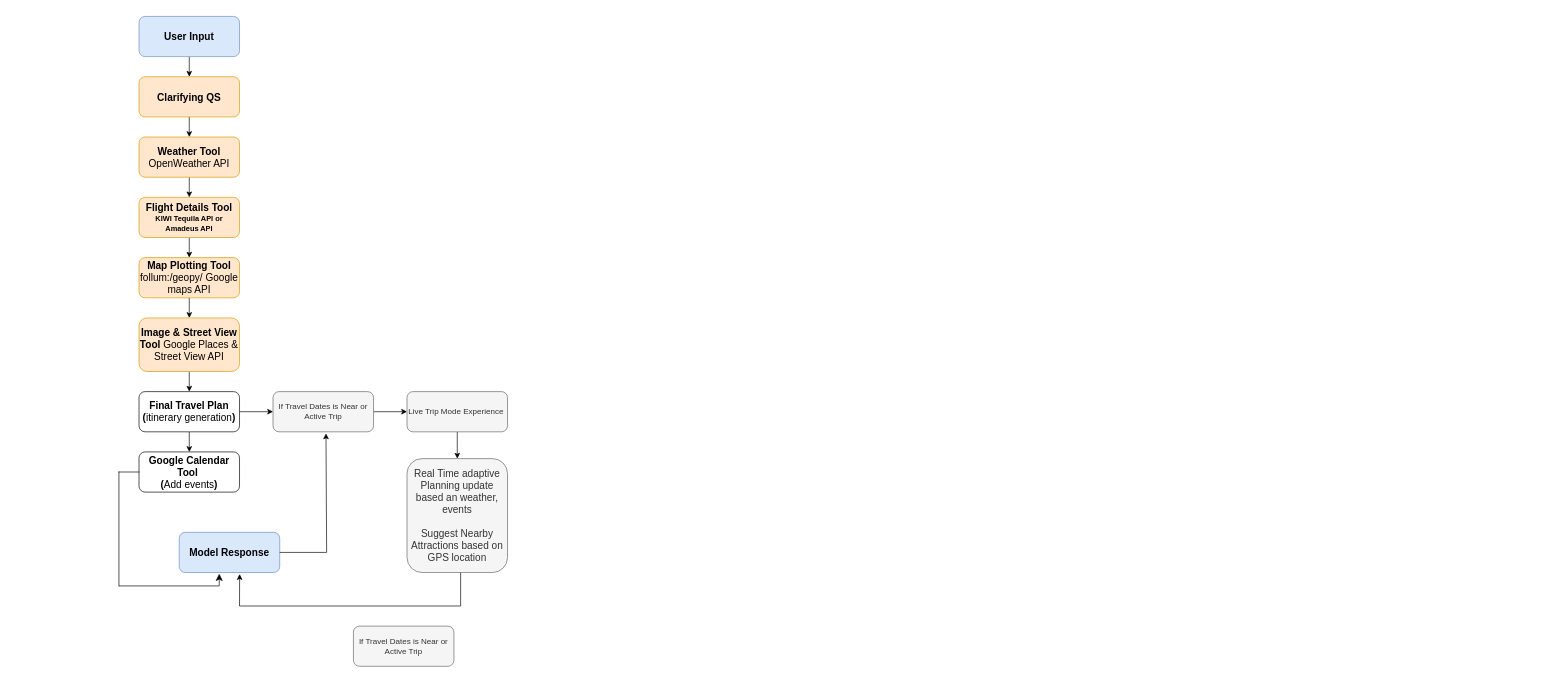
Above: pipelines/pipeline.drawio in YusuCoder/Tripy_Ai_ChatBot (draw.io), before the change. Source tidied: cells renumbered, new cells numbered last; positions are measured from the earlier drawing's top-left corner, leaving out a move shared by most shapes. Both pictures are drawn from the tidied source at 67%, with x=0, y=0 at pixel (119, 16).
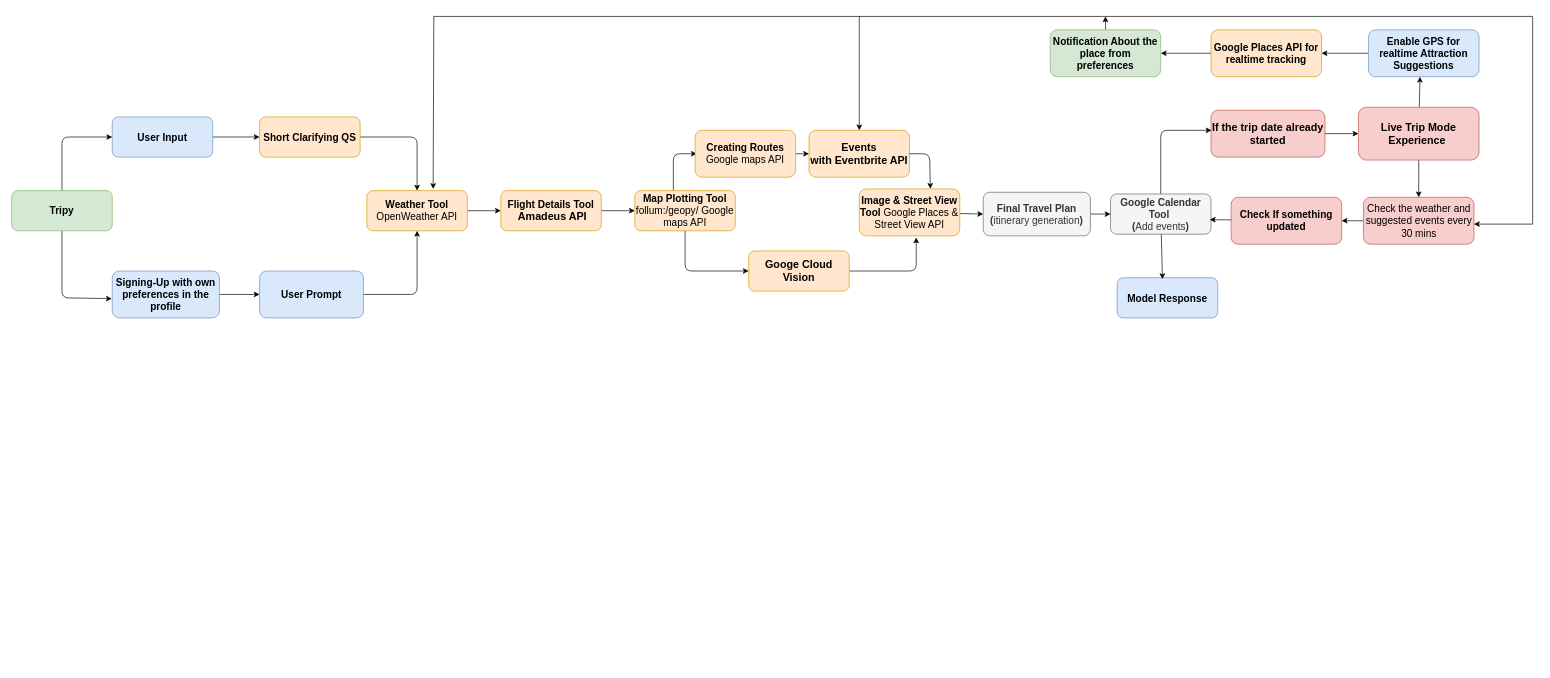
The same diagram, later.

Change to the diagram source:
```diff
@@
-    <mxCell id="2" style="edgeStyle=none;html=1;entryX=0.5;entryY=0;entryDx=0;entryDy=0;" parent="1" edge="1" source="3" target="5">
+    <mxCell id="2" style="edgeStyle=none;html=1;entryX=0;entryY=0.5;entryDx=0;entryDy=0;" parent="1" edge="1" source="3" target="5">
       <mxGeometry relative="1" as="geometry" />
     </mxCell>
     <mxCell id="3" value="&lt;font style=&quot;font-size: 15px;&quot;&gt;&lt;b style=&quot;&quot;&gt;User Input&lt;/b&gt;&lt;/font&gt;" style="rounded=1;whiteSpace=wrap;html=1;fillColor=#dae8fc;strokeColor=#6c8ebf;" parent="1" vertex="1">
-      <mxGeometry x="30" width="150" height="60" as="geometry" />
+      <mxGeometry x="-10" y="150" width="150" height="60" as="geometry" />
     </mxCell>
     <mxCell id="4" style="edgeStyle=none;html=1;entryX=0.5;entryY=0;entryDx=0;entryDy=0;" parent="1" edge="1" source="5" target="7">
-      <mxGeometry relative="1" as="geometry" />
+      <mxGeometry relative="1" as="geometry">
+        <Array as="points">
+          <mxPoint x="445" y="180" />
+        </Array>
+      </mxGeometry>
     </mxCell>
-    <mxCell id="5" value="&lt;font style=&quot;font-size: 15px;&quot;&gt;&lt;b style=&quot;&quot;&gt;Clarifying QS&lt;/b&gt;&lt;/font&gt;" style="rounded=1;whiteSpace=wrap;html=1;fillColor=#ffe6cc;strokeColor=#d79b00;" parent="1" vertex="1">
-      <mxGeometry x="30" y="90" width="150" height="60" as="geometry" />
+    <mxCell id="5" value="&lt;font style=&quot;font-size: 15px;&quot;&gt;&lt;b style=&quot;&quot;&gt;Short Clarifying QS&lt;/b&gt;&lt;/font&gt;" style="rounded=1;whiteSpace=wrap;html=1;fillColor=#ffe6cc;strokeColor=#d79b00;" parent="1" vertex="1">
+      <mxGeometry x="210" y="150" width="150" height="60" as="geometry" />
     </mxCell>
-    <mxCell id="6" style="edgeStyle=none;html=1;entryX=0.5;entryY=0;entryDx=0;entryDy=0;" parent="1" edge="1" source="7" target="9">
+    <mxCell id="6" style="edgeStyle=none;html=1;entryX=0;entryY=0.5;entryDx=0;entryDy=0;" parent="1" edge="1" source="7" target="9">
       <mxGeometry relative="1" as="geometry" />
     </mxCell>
     <mxCell id="7" value="&lt;font style=&quot;font-size: 15px;&quot;&gt;&lt;b&gt;Weather Tool&lt;/b&gt;&lt;br&gt;OpenWeather API&lt;/font&gt;" style="rounded=1;whiteSpace=wrap;html=1;fillColor=#ffe6cc;strokeColor=#d79b00;" parent="1" vertex="1">
-      <mxGeometry x="30" y="180" width="150" height="60" as="geometry" />
+      <mxGeometry x="370" y="260" width="150" height="60" as="geometry" />
     </mxCell>
-    <mxCell id="8" style="edgeStyle=none;html=1;entryX=0.5;entryY=0;entryDx=0;entryDy=0;" parent="1" edge="1" source="9" target="11">
+    <mxCell id="8" style="edgeStyle=none;html=1;entryX=0;entryY=0.5;entryDx=0;entryDy=0;" parent="1" edge="1" source="9" target="11">
       <mxGeometry relative="1" as="geometry" />
     </mxCell>
-    <mxCell id="9" value="&lt;b style=&quot;font-size: 15px;&quot;&gt;Flight Details Tool &lt;/b&gt;&lt;b style=&quot;font-size: 11px;&quot;&gt;KIWI Tequila API or Amadeus API&lt;/b&gt;" style="rounded=1;whiteSpace=wrap;html=1;fillColor=#ffe6cc;strokeColor=#d79b00;" parent="1" vertex="1">
-      <mxGeometry x="30" y="270" width="150" height="60" as="geometry" />
+    <mxCell id="9" value="&lt;b style=&quot;font-size: 15px;&quot;&gt;Flight Details Tool &lt;/b&gt;&lt;b style=&quot;&quot;&gt;&lt;font style=&quot;font-size: 16px;&quot;&gt;&amp;nbsp;Amadeus API&lt;/font&gt;&lt;/b&gt;" style="rounded=1;whiteSpace=wrap;html=1;fillColor=#ffe6cc;strokeColor=#d79b00;" parent="1" vertex="1">
+      <mxGeometry x="570" y="260" width="150" height="60" as="geometry" />
     </mxCell>
-    <mxCell id="10" style="edgeStyle=none;html=1;entryX=0.5;entryY=0;entryDx=0;entryDy=0;" parent="1" edge="1" source="11" target="14">
-      <mxGeometry relative="1" as="geometry" />
-    </mxCell>
+    <mxCell id="32" style="edgeStyle=none;html=1;entryX=0;entryY=0.5;entryDx=0;entryDy=0;" parent="1" edge="1">
+      <mxGeometry relative="1" as="geometry">
+        <mxPoint x="827.5" y="260" as="sourcePoint" />
+        <mxPoint x="862.5" y="205" as="targetPoint" />
+        <Array as="points">
+          <mxPoint x="827.5" y="205" />
+        </Array>
+      </mxGeometry>
+    </mxCell>
+    <mxCell id="33" style="edgeStyle=none;html=1;entryX=0;entryY=0.5;entryDx=0;entryDy=0;" parent="1" edge="1" source="11" target="63">
+      <mxGeometry relative="1" as="geometry">
+        <Array as="points">
+          <mxPoint x="845" y="380" />
+        </Array>
+      </mxGeometry>
+    </mxCell>
     <mxCell id="11" value="&lt;span style=&quot;font-size: 15px;&quot;&gt;&lt;b&gt;Map Plotting Tool&lt;/b&gt;&lt;/span&gt;&lt;div&gt;&lt;span style=&quot;font-size: 15px;&quot;&gt;follum:/geopy/ Google maps API&lt;/span&gt;&lt;/div&gt;" style="rounded=1;whiteSpace=wrap;html=1;fillColor=#ffe6cc;strokeColor=#d79b00;" parent="1" vertex="1">
-      <mxGeometry x="30" y="360" width="150" height="60" as="geometry" />
+      <mxGeometry x="770" y="260" width="150" height="60" as="geometry" />
     </mxCell>
-    <mxCell id="12" style="edgeStyle=none;html=1;entryX=0.5;entryY=0;entryDx=0;entryDy=0;" parent="1" edge="1" source="14" target="16">
+    <mxCell id="12" style="edgeStyle=none;html=1;entryX=0;entryY=0.5;entryDx=0;entryDy=0;" parent="1" edge="1" source="14" target="16">
       <mxGeometry relative="1" as="geometry" />
     </mxCell>
-    <mxCell id="13" style="edgeStyle=none;html=1;entryX=0;entryY=0.5;entryDx=0;entryDy=0;exitX=1;exitY=0.5;exitDx=0;exitDy=0;" parent="1" edge="1" source="16" target="19">
-      <mxGeometry relative="1" as="geometry" />
-    </mxCell>
     <mxCell id="14" value="&lt;span style=&quot;font-size: 15px;&quot;&gt;&lt;b&gt;Image &amp;amp; Street View Tool &lt;/b&gt;Google Places &amp;amp; Street View API&lt;/span&gt;" style="rounded=1;whiteSpace=wrap;html=1;fillColor=#ffe6cc;strokeColor=#d79b00;" parent="1" vertex="1">
-      <mxGeometry x="30" y="450" width="150" height="80" as="geometry" />
+      <mxGeometry x="1105" y="257.5" width="150" height="70" as="geometry" />
     </mxCell>
-    <mxCell id="15" style="edgeStyle=none;html=1;entryX=0.5;entryY=0;entryDx=0;entryDy=0;" parent="1" edge="1" source="16" target="17">
+    <mxCell id="15" style="edgeStyle=none;html=1;" parent="1" edge="1" source="16" target="17">
       <mxGeometry relative="1" as="geometry" />
     </mxCell>
-    <mxCell id="16" value="&lt;span style=&quot;font-size: 15px;&quot;&gt;&lt;b&gt;Final Travel Plan&lt;/b&gt;&lt;/span&gt;&lt;div&gt;&lt;span style=&quot;font-size: 15px;&quot;&gt;&lt;b&gt;(&lt;/b&gt;itinerary generation&lt;b&gt;)&lt;/b&gt;&lt;/span&gt;&lt;/div&gt;" style="rounded=1;whiteSpace=wrap;html=1;" parent="1" vertex="1">
-      <mxGeometry x="30" y="560" width="150" height="60" as="geometry" />
+    <mxCell id="16" value="&lt;span style=&quot;font-size: 15px;&quot;&gt;&lt;b&gt;Final Travel Plan&lt;/b&gt;&lt;/span&gt;&lt;div&gt;&lt;span style=&quot;font-size: 15px;&quot;&gt;&lt;b&gt;(&lt;/b&gt;itinerary generation&lt;b&gt;)&lt;/b&gt;&lt;/span&gt;&lt;/div&gt;" style="rounded=1;whiteSpace=wrap;html=1;fillColor=#f5f5f5;fontColor=#333333;strokeColor=#666666;" parent="1" vertex="1">
+      <mxGeometry x="1290" y="262.5" width="160" height="65" as="geometry" />
     </mxCell>
+    <mxCell id="34" style="edgeStyle=none;html=1;entryX=0.005;entryY=0.429;entryDx=0;entryDy=0;entryPerimeter=0;" parent="1" edge="1" source="17" target="19">
+      <mxGeometry relative="1" as="geometry">
+        <Array as="points">
+          <mxPoint x="1555" y="170" />
+        </Array>
+      </mxGeometry>
+    </mxCell>
-    <mxCell id="17" value="&lt;span style=&quot;font-size: 15px;&quot;&gt;&lt;b&gt;Google Calendar Tool&amp;nbsp;&lt;/b&gt;&lt;/span&gt;&lt;div&gt;&lt;span style=&quot;font-size: 15px;&quot;&gt;&lt;b&gt;(&lt;/b&gt;Add events&lt;b&gt;)&lt;/b&gt;&lt;/span&gt;&lt;/div&gt;" style="rounded=1;whiteSpace=wrap;html=1;labelBorderColor=none;shadow=0;" parent="1" vertex="1">
-      <mxGeometry x="30" y="650" width="150" height="60" as="geometry" />
+    <mxCell id="17" value="&lt;span style=&quot;font-size: 15px;&quot;&gt;&lt;b&gt;Google Calendar Tool&amp;nbsp;&lt;/b&gt;&lt;/span&gt;&lt;div&gt;&lt;span style=&quot;font-size: 15px;&quot;&gt;&lt;b&gt;(&lt;/b&gt;Add events&lt;b&gt;)&lt;/b&gt;&lt;/span&gt;&lt;/div&gt;" style="rounded=1;whiteSpace=wrap;html=1;labelBorderColor=none;shadow=0;fillColor=#f5f5f5;fontColor=#333333;strokeColor=#666666;" parent="1" vertex="1">
+      <mxGeometry x="1480" y="265" width="150" height="60" as="geometry" />
     </mxCell>
@@
-    <mxCell id="19" value="If Travel Dates is Near or Active Trip" style="rounded=1;whiteSpace=wrap;html=1;fillColor=#f5f5f5;fontColor=#333333;strokeColor=#666666;" parent="1" vertex="1">
-      <mxGeometry x="230" y="560" width="150" height="60" as="geometry" />
+    <mxCell id="19" value="&lt;font style=&quot;font-size: 16px;&quot;&gt;&lt;b&gt;If the trip date already started&lt;/b&gt;&lt;/font&gt;" style="rounded=1;whiteSpace=wrap;html=1;fillColor=#f8cecc;strokeColor=#b85450;" parent="1" vertex="1">
+      <mxGeometry x="1630" y="140" width="170" height="70" as="geometry" />
     </mxCell>
-    <mxCell id="20" style="shape=partialRectangle;whiteSpace=wrap;html=1;bottom=0;right=0;fillColor=none;" parent="1" vertex="1">
-      <mxGeometry y="680" width="30" height="170" as="geometry" />
-    </mxCell>
-    <mxCell id="21" style="edgeStyle=segmentEdgeStyle;endArrow=classic;html=1;curved=0;rounded=0;endSize=8;startSize=8;entryX=0.398;entryY=1.031;entryDx=0;entryDy=0;entryPerimeter=0;" parent="1" edge="1" target="22">
-      <mxGeometry relative="1" as="geometry">
-        <mxPoint y="850" as="sourcePoint" />
-        <Array as="points">
-          <mxPoint x="150" y="850" />
-        </Array>
-      </mxGeometry>
-    </mxCell>
     <mxCell id="22" value="&lt;span style=&quot;font-size: 15px;&quot;&gt;&lt;b&gt;Model Response&lt;/b&gt;&lt;/span&gt;" style="rounded=1;whiteSpace=wrap;html=1;labelBorderColor=none;shadow=0;fillColor=#dae8fc;strokeColor=#6c8ebf;" parent="1" vertex="1">
-      <mxGeometry x="90" y="770" width="150" height="60" as="geometry" />
+      <mxGeometry x="1490" y="390" width="150" height="60" as="geometry" />
     </mxCell>
-    <mxCell id="23" style="endArrow=none;html=1;" parent="1" edge="1">
-      <mxGeometry relative="1" as="geometry">
-        <mxPoint x="180" y="880" as="sourcePoint" />
-        <mxPoint x="510" y="880" as="targetPoint" />
-      </mxGeometry>
-    </mxCell>
-    <mxCell id="24" value="If Travel Dates is Near or Active Trip" style="rounded=1;whiteSpace=wrap;html=1;fillColor=#f5f5f5;fontColor=#333333;strokeColor=#666666;" parent="1" vertex="1">
-      <mxGeometry x="350" y="910" width="150" height="60" as="geometry" />
-    </mxCell>
-    <mxCell id="25" style="endArrow=none;html=1;" parent="1" edge="1">
-      <mxGeometry relative="1" as="geometry">
-        <mxPoint x="510" y="880" as="sourcePoint" />
-        <mxPoint x="510" y="830" as="targetPoint" />
-      </mxGeometry>
-    </mxCell>
+    <mxCell id="35" style="edgeStyle=none;html=1;entryX=1;entryY=0.5;entryDx=0;entryDy=0;" parent="1" edge="1" source="26" target="54">
+      <mxGeometry relative="1" as="geometry" />
+    </mxCell>
-    <mxCell id="26" value="&lt;span style=&quot;font-size: 15px;&quot;&gt;Real Time adaptive Planning update based an weather, events&lt;/span&gt;&lt;div&gt;&lt;span style=&quot;font-size: 15px;&quot;&gt;&lt;br&gt;&lt;/span&gt;&lt;/div&gt;&lt;div&gt;&lt;span style=&quot;font-size: 15px;&quot;&gt;Suggest Nearby Attractions based on GPS location&lt;/span&gt;&lt;/div&gt;" style="rounded=1;whiteSpace=wrap;html=1;fillColor=#f5f5f5;fontColor=#333333;strokeColor=#666666;" parent="1" vertex="1">
-      <mxGeometry x="430" y="660" width="150" height="170" as="geometry" />
+    <mxCell id="26" value="&lt;span style=&quot;font-size: 15px;&quot;&gt;Check the weather and suggested events every 30 mins&lt;/span&gt;" style="rounded=1;whiteSpace=wrap;html=1;fillColor=#f8cecc;strokeColor=#b85450;" parent="1" vertex="1">
+      <mxGeometry x="1857.5" y="270" width="165" height="70" as="geometry" />
     </mxCell>
@@
+    <mxCell id="36" style="edgeStyle=none;html=1;entryX=0.466;entryY=1.001;entryDx=0;entryDy=0;entryPerimeter=0;" parent="1" edge="1" source="28" target="57">
+      <mxGeometry relative="1" as="geometry" />
+    </mxCell>
-    <mxCell id="28" value="Live Trip Mode Experience&amp;nbsp;" style="rounded=1;whiteSpace=wrap;html=1;fillColor=#f5f5f5;fontColor=#333333;strokeColor=#666666;" parent="1" vertex="1">
-      <mxGeometry x="430" y="560" width="150" height="60" as="geometry" />
+    <mxCell id="28" value="&lt;b&gt;&lt;font style=&quot;font-size: 16px;&quot;&gt;Live Trip Mode Experience&amp;nbsp;&lt;/font&gt;&lt;/b&gt;" style="rounded=1;whiteSpace=wrap;html=1;fillColor=#f8cecc;strokeColor=#b85450;" parent="1" vertex="1">
+      <mxGeometry x="1850" y="135.6" width="180" height="78.8" as="geometry" />
     </mxCell>
-    <mxCell id="29" style="endArrow=none;html=1;exitX=1;exitY=0.5;exitDx=0;exitDy=0;" parent="1" edge="1" source="22">
-      <mxGeometry relative="1" as="geometry">
-        <mxPoint x="310" y="800" as="targetPoint" />
-      </mxGeometry>
-    </mxCell>
-    <mxCell id="30" style="endArrow=classic;html=1;entryX=0.527;entryY=1.04;entryDx=0;entryDy=0;entryPerimeter=0;" parent="1" edge="1" target="19">
-      <mxGeometry relative="1" as="geometry">
-        <mxPoint x="310" y="800" as="sourcePoint" />
-      </mxGeometry>
-    </mxCell>
-    <mxCell id="31" style="endArrow=classic;html=1;entryX=0.601;entryY=1.04;entryDx=0;entryDy=0;entryPerimeter=0;" parent="1" edge="1" target="22">
-      <mxGeometry relative="1" as="geometry">
-        <mxPoint x="180" y="880" as="sourcePoint" />
-      </mxGeometry>
-    </mxCell>
+    <mxCell id="37" style="edgeStyle=none;html=1;entryX=0;entryY=0.5;entryDx=0;entryDy=0;" parent="1" edge="1" source="38" target="51">
+      <mxGeometry relative="1" as="geometry" />
+    </mxCell>
+    <mxCell id="38" value="&lt;span style=&quot;font-size: 15px;&quot;&gt;&lt;b&gt;Creating Routes&lt;/b&gt;&lt;br&gt;Google maps API&lt;/span&gt;" style="rounded=1;whiteSpace=wrap;html=1;fillColor=#ffe6cc;strokeColor=#d79b00;" parent="1" vertex="1">
+      <mxGeometry x="860" y="170" width="150" height="70" as="geometry" />
+    </mxCell>
+    <mxCell id="39" style="edgeStyle=none;html=1;entryX=0;entryY=0.5;entryDx=0;entryDy=0;exitX=0.5;exitY=0;exitDx=0;exitDy=0;" parent="1" edge="1" source="41" target="3">
+      <mxGeometry relative="1" as="geometry">
+        <Array as="points">
+          <mxPoint x="-85" y="180" />
+        </Array>
+      </mxGeometry>
+    </mxCell>
+    <mxCell id="40" style="edgeStyle=none;html=1;entryX=-0.004;entryY=0.589;entryDx=0;entryDy=0;entryPerimeter=0;" parent="1" edge="1" source="41" target="43">
+      <mxGeometry relative="1" as="geometry">
+        <Array as="points">
+          <mxPoint x="-85" y="420" />
+        </Array>
+      </mxGeometry>
+    </mxCell>
+    <mxCell id="41" value="&lt;span style=&quot;font-size: 15px;&quot;&gt;&lt;b&gt;Tripy&lt;/b&gt;&lt;/span&gt;" style="rounded=1;whiteSpace=wrap;html=1;fillColor=#d5e8d4;strokeColor=#82b366;" parent="1" vertex="1">
+      <mxGeometry x="-160" y="260" width="150" height="60" as="geometry" />
+    </mxCell>
+    <mxCell id="42" style="edgeStyle=none;html=1;entryX=0;entryY=0.5;entryDx=0;entryDy=0;" parent="1" edge="1" source="43" target="45">
+      <mxGeometry relative="1" as="geometry" />
+    </mxCell>
+    <mxCell id="43" value="&lt;font style=&quot;font-size: 15px;&quot;&gt;&lt;b style=&quot;&quot;&gt;Signing-Up with own preferences in the profile&lt;/b&gt;&lt;/font&gt;" style="rounded=1;whiteSpace=wrap;html=1;fillColor=#dae8fc;strokeColor=#6c8ebf;" parent="1" vertex="1">
+      <mxGeometry x="-10" y="380" width="160" height="70" as="geometry" />
+    </mxCell>
+    <mxCell id="44" style="edgeStyle=none;html=1;entryX=0.5;entryY=1;entryDx=0;entryDy=0;" parent="1" edge="1" source="45" target="7">
+      <mxGeometry relative="1" as="geometry">
+        <Array as="points">
+          <mxPoint x="445" y="415" />
+        </Array>
+      </mxGeometry>
+    </mxCell>
+    <mxCell id="45" value="&lt;span style=&quot;font-size: 15px;&quot;&gt;&lt;b&gt;User Prompt&lt;/b&gt;&lt;/span&gt;" style="rounded=1;whiteSpace=wrap;html=1;fillColor=#dae8fc;strokeColor=#6c8ebf;" parent="1" vertex="1">
+      <mxGeometry x="210" y="380" width="155" height="70" as="geometry" />
+    </mxCell>
+    <mxCell id="46" style="edgeStyle=none;html=1;entryX=0.45;entryY=0.034;entryDx=0;entryDy=0;entryPerimeter=0;" parent="1" edge="1" source="17" target="22">
+      <mxGeometry relative="1" as="geometry" />
+    </mxCell>
+    <mxCell id="47" style="endArrow=none;html=1;" parent="1" edge="1">
+      <mxGeometry relative="1" as="geometry">
+        <mxPoint x="2110" y="310" as="sourcePoint" />
+        <mxPoint x="2110" as="targetPoint" />
+      </mxGeometry>
+    </mxCell>
+    <mxCell id="48" style="endArrow=none;html=1;" parent="1" edge="1">
+      <mxGeometry relative="1" as="geometry">
+        <mxPoint x="2110" as="sourcePoint" />
+        <mxPoint x="470" as="targetPoint" />
+      </mxGeometry>
+    </mxCell>
+    <mxCell id="49" style="endArrow=classic;html=1;entryX=0.66;entryY=-0.041;entryDx=0;entryDy=0;entryPerimeter=0;" parent="1" edge="1" target="7">
+      <mxGeometry relative="1" as="geometry">
+        <mxPoint x="470" as="sourcePoint" />
+      </mxGeometry>
+    </mxCell>
+    <mxCell id="50" style="endArrow=classic;html=1;entryX=1;entryY=0.5;entryDx=0;entryDy=0;" parent="1" edge="1">
+      <mxGeometry relative="1" as="geometry">
+        <mxPoint x="2110" y="310" as="sourcePoint" />
+        <mxPoint x="2022.5" y="310" as="targetPoint" />
+      </mxGeometry>
+    </mxCell>
+    <mxCell id="51" value="&lt;span style=&quot;font-size: 16px;&quot;&gt;&lt;b&gt;Events&lt;br&gt;with Eventbrite API&lt;/b&gt;&lt;/span&gt;" style="rounded=1;whiteSpace=wrap;html=1;fillColor=#ffe6cc;strokeColor=#d79b00;" parent="1" vertex="1">
+      <mxGeometry x="1030" y="170" width="150" height="70" as="geometry" />
+    </mxCell>
+    <mxCell id="52" style="edgeStyle=none;html=1;entryX=0.707;entryY=-0.002;entryDx=0;entryDy=0;entryPerimeter=0;" parent="1" edge="1" source="51" target="14">
+      <mxGeometry relative="1" as="geometry">
+        <Array as="points">
+          <mxPoint x="1210" y="205" />
+        </Array>
+      </mxGeometry>
+    </mxCell>
+    <mxCell id="53" style="endArrow=classic;html=1;entryX=0.5;entryY=0;entryDx=0;entryDy=0;" parent="1" edge="1" target="51">
+      <mxGeometry relative="1" as="geometry">
+        <mxPoint x="1105" as="sourcePoint" />
+      </mxGeometry>
+    </mxCell>
+    <mxCell id="54" value="&lt;span style=&quot;font-size: 15px;&quot;&gt;&lt;b&gt;Check If something updated&lt;/b&gt;&lt;/span&gt;" style="rounded=1;whiteSpace=wrap;html=1;fillColor=#f8cecc;strokeColor=#b85450;" parent="1" vertex="1">
+      <mxGeometry x="1660" y="270" width="165" height="70" as="geometry" />
+    </mxCell>
+    <mxCell id="55" style="edgeStyle=none;html=1;entryX=0.988;entryY=0.638;entryDx=0;entryDy=0;entryPerimeter=0;" parent="1" edge="1" source="54" target="17">
+      <mxGeometry relative="1" as="geometry" />
+    </mxCell>
+    <mxCell id="56" style="edgeStyle=none;html=1;entryX=1;entryY=0.5;entryDx=0;entryDy=0;" parent="1" edge="1" source="57" target="59">
+      <mxGeometry relative="1" as="geometry" />
+    </mxCell>
+    <mxCell id="57" value="&lt;span style=&quot;font-size: 15px;&quot;&gt;&lt;b&gt;Enable GPS for realtime Attraction Suggestions&lt;/b&gt;&lt;/span&gt;" style="rounded=1;whiteSpace=wrap;html=1;fillColor=#dae8fc;strokeColor=#6c8ebf;" parent="1" vertex="1">
+      <mxGeometry x="1865" y="20" width="165" height="70" as="geometry" />
+    </mxCell>
+    <mxCell id="58" style="edgeStyle=none;html=1;entryX=1;entryY=0.5;entryDx=0;entryDy=0;" parent="1" edge="1" source="59" target="61">
+      <mxGeometry relative="1" as="geometry" />
+    </mxCell>
+    <mxCell id="59" value="&lt;span style=&quot;font-size: 15px;&quot;&gt;&lt;b&gt;Google Places API for realtime tracking&lt;/b&gt;&lt;/span&gt;" style="rounded=1;whiteSpace=wrap;html=1;fillColor=#ffe6cc;strokeColor=#d79b00;" parent="1" vertex="1">
+      <mxGeometry x="1630" y="20" width="165" height="70" as="geometry" />
+    </mxCell>
+    <mxCell id="60" style="edgeStyle=none;html=1;" parent="1" edge="1" source="61">
+      <mxGeometry relative="1" as="geometry">
+        <mxPoint x="1472.5" as="targetPoint" />
+      </mxGeometry>
+    </mxCell>
+    <mxCell id="61" value="&lt;span style=&quot;font-size: 15px;&quot;&gt;&lt;b&gt;Notification About the place from preferences&lt;/b&gt;&lt;/span&gt;" style="rounded=1;whiteSpace=wrap;html=1;fillColor=#d5e8d4;strokeColor=#82b366;" parent="1" vertex="1">
+      <mxGeometry x="1390" y="20" width="165" height="70" as="geometry" />
+    </mxCell>
+    <mxCell id="62" style="edgeStyle=none;html=1;" parent="1" edge="1" source="63">
+      <mxGeometry relative="1" as="geometry">
+        <mxPoint x="1190" y="330" as="targetPoint" />
+        <Array as="points">
+          <mxPoint x="1190" y="380" />
+        </Array>
+      </mxGeometry>
+    </mxCell>
+    <mxCell id="63" value="&lt;b&gt;&lt;font style=&quot;font-size: 16px;&quot;&gt;Googe Cloud Vision&lt;/font&gt;&lt;/b&gt;" style="rounded=1;whiteSpace=wrap;html=1;fillColor=#ffe6cc;strokeColor=#d79b00;" parent="1" vertex="1">
+      <mxGeometry x="940" y="350" width="150" height="60" as="geometry" />
+    </mxCell>
```
